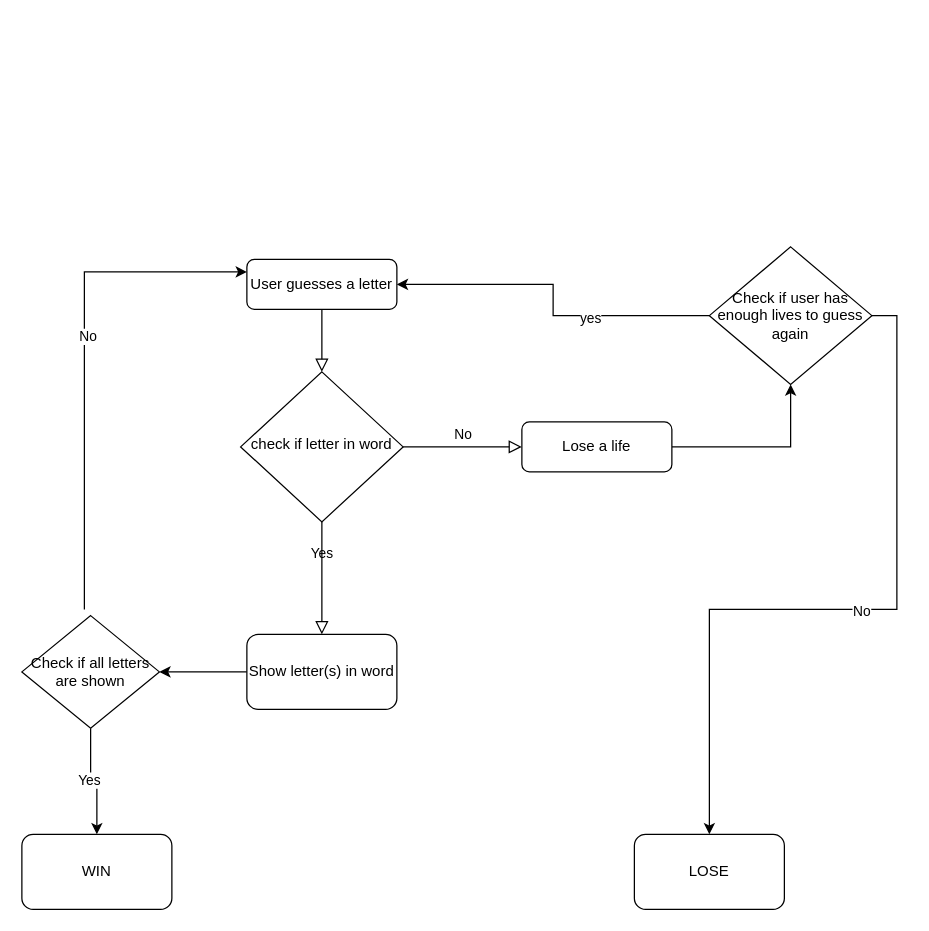
Before: Day-8/hangman.drawio in s-raagavee/100DaysOfPython, a draw.io diagram. Source tidied: cells renumbered, new cells numbered last; positions are measured from the earlier drawing's top-left corner, leaving out a move shared by most shapes. Both pictures are drawn from the tidied source at 125%, with x=0, y=0 at pixel (21, 246).
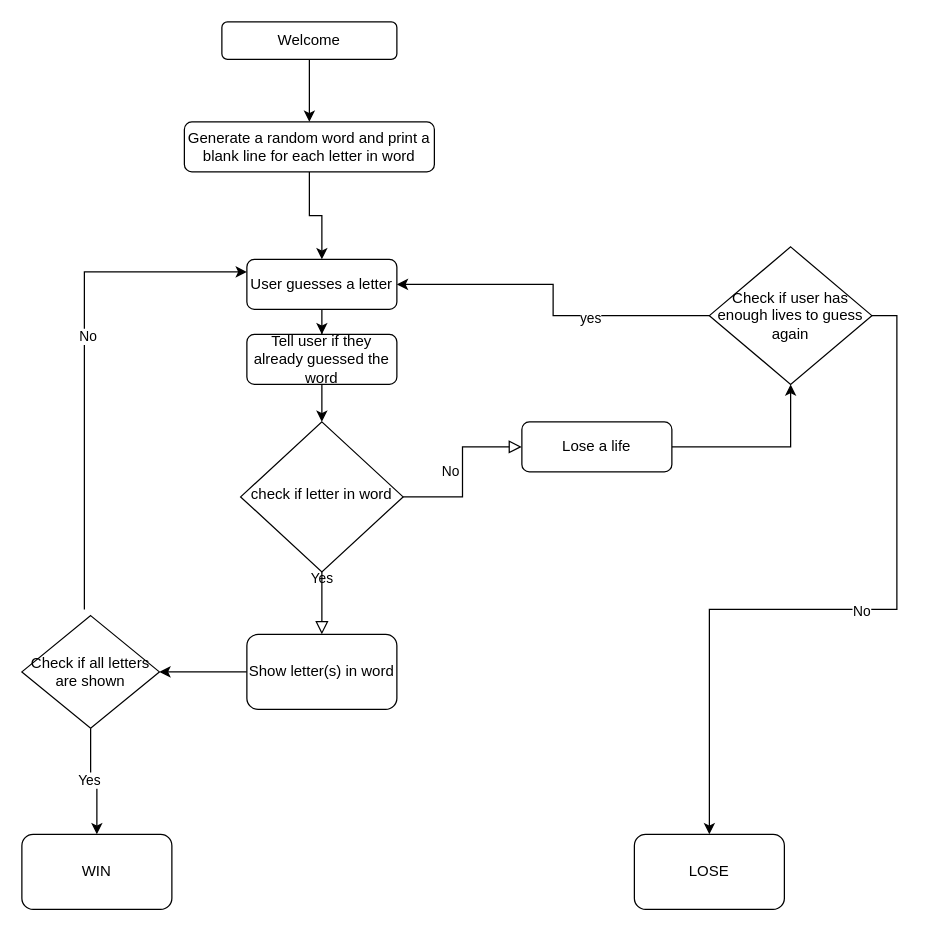
The same page after the edit.

The change refers to these unchanged cells:
```xml
<mxCell id="3" value="User guesses a letter" style="rounded=1;whiteSpace=wrap;html=1;fontSize=12;glass=0;strokeWidth=1;shadow=0;" parent="1" vertex="1">
  <mxGeometry x="180" y="10" width="120" height="40" as="geometry" />
</mxCell>
```

What changed in the source:
```diff
@@
-    <mxCell id="2" style="rounded=0;html=1;jettySize=auto;fontSize=11;endArrow=block;endFill=0;endSize=8;strokeWidth=1;shadow=0;labelBackgroundColor=none;edgeStyle=orthogonalEdgeStyle;" parent="1" edge="1" source="3" target="6">
-      <mxGeometry relative="1" as="geometry" />
-    </mxCell>
+    <mxCell id="23" style="edgeStyle=orthogonalEdgeStyle;rounded=0;jettySize=auto;html=1;" parent="1" edge="1" source="3" target="29">
+      <mxGeometry relative="1" as="geometry" />
+    </mxCell>
@@
     <mxCell id="6" value="check if letter in word" style="rhombus;whiteSpace=wrap;html=1;shadow=0;fontFamily=Helvetica;fontSize=12;align=center;strokeWidth=1;spacing=6;spacingTop=-4;" parent="1" vertex="1">
-      <mxGeometry x="175" y="100" width="130" height="120" as="geometry" />
+      <mxGeometry x="175" y="140" width="130" height="120" as="geometry" />
     </mxCell>
@@
+    <mxCell id="24" style="edgeStyle=orthogonalEdgeStyle;rounded=0;jettySize=auto;html=1;exitX=0.5;exitY=1;exitDx=0;exitDy=0;entryX=0.5;entryY=0;entryDx=0;entryDy=0;" parent="1" edge="1" source="25" target="27">
+      <mxGeometry relative="1" as="geometry" />
+    </mxCell>
+    <mxCell id="25" value="Welcome" style="rounded=1;whiteSpace=wrap;html=1;" parent="1" vertex="1">
+      <mxGeometry x="160" y="-180" width="140" height="30" as="geometry" />
+    </mxCell>
+    <mxCell id="26" style="edgeStyle=orthogonalEdgeStyle;rounded=0;jettySize=auto;html=1;exitX=0.5;exitY=1;exitDx=0;exitDy=0;entryX=0.5;entryY=0;entryDx=0;entryDy=0;" parent="1" edge="1" source="27" target="3">
+      <mxGeometry relative="1" as="geometry" />
+    </mxCell>
+    <mxCell id="27" value="Generate a random word and print a blank line for each letter in word" style="rounded=1;whiteSpace=wrap;html=1;" parent="1" vertex="1">
+      <mxGeometry x="130" y="-100" width="200" height="40" as="geometry" />
+    </mxCell>
+    <mxCell id="28" style="edgeStyle=orthogonalEdgeStyle;rounded=0;jettySize=auto;html=1;" parent="1" edge="1" source="29" target="6">
+      <mxGeometry relative="1" as="geometry" />
+    </mxCell>
+    <mxCell id="29" value="Tell user if they already guessed the word" style="rounded=1;whiteSpace=wrap;html=1;" parent="1" vertex="1">
+      <mxGeometry x="180" y="70" width="120" height="40" as="geometry" />
+    </mxCell>
```
